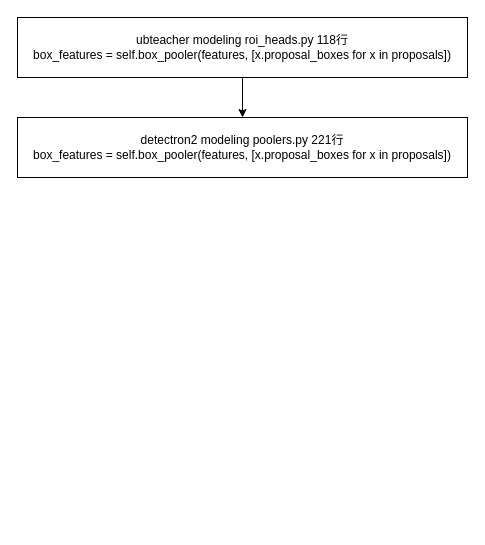
Above: ROI pooling.drawio in Pandaxia8/Test (draw.io), before the change. Source tidied: cells renumbered, new cells numbered last; positions are measured from the earlier drawing's top-left corner, leaving out a move shared by most shapes. Both pictures are drawn from the tidied source at 100%, with x=0, y=0 at pixel (17, 17).
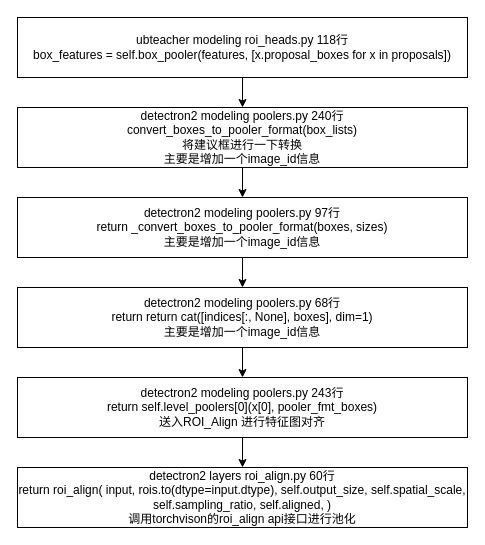
The same diagram, later.

Diff of the diagram source:
```diff
@@
 <mxGraphModel>
   <root>
     <mxCell id="0" />
     <mxCell id="1" parent="0" />
     <mxCell id="2" style="edgeStyle=orthogonalEdgeStyle;rounded=0;jettySize=auto;html=1;" parent="1" edge="1" source="3" target="4">
       <mxGeometry relative="1" as="geometry" />
     </mxCell>
     <mxCell id="3" value="ubteacher modeling roi_heads.py 118行&lt;br&gt;box_features = self.box_pooler(features, [x.proposal_boxes for x in proposals])" style="rounded=0;whiteSpace=wrap;html=1;" parent="1" vertex="1">
       <mxGeometry width="450" height="60" as="geometry" />
     </mxCell>
+    <mxCell id="5" style="edgeStyle=orthogonalEdgeStyle;rounded=0;jettySize=auto;html=1;" parent="1" edge="1" source="4" target="7">
+      <mxGeometry relative="1" as="geometry" />
+    </mxCell>
-    <mxCell id="4" value="detectron2 modeling poolers.py 221行&lt;br&gt;box_features = self.box_pooler(features, [x.proposal_boxes for x in proposals])" style="rounded=0;whiteSpace=wrap;html=1;" parent="1" vertex="1">
-      <mxGeometry y="100" width="450" height="60" as="geometry" />
+    <mxCell id="4" value="detectron2 modeling poolers.py 240行&lt;br&gt;convert_boxes_to_pooler_format(box_lists)&lt;br&gt;将建议框进行一下转换&lt;br&gt;主要是增加一个image_id信息" style="rounded=0;whiteSpace=wrap;html=1;" parent="1" vertex="1">
+      <mxGeometry y="90" width="450" height="60" as="geometry" />
     </mxCell>
+    <mxCell id="6" style="edgeStyle=orthogonalEdgeStyle;rounded=0;jettySize=auto;html=1;" parent="1" edge="1" source="7" target="9">
+      <mxGeometry relative="1" as="geometry" />
+    </mxCell>
+    <mxCell id="7" value="detectron2 modeling poolers.py 97行&lt;br&gt;return _convert_boxes_to_pooler_format(boxes, sizes)&lt;br&gt;主要是增加一个image_id信息" style="rounded=0;whiteSpace=wrap;html=1;" parent="1" vertex="1">
+      <mxGeometry y="180" width="450" height="60" as="geometry" />
+    </mxCell>
+    <mxCell id="8" style="edgeStyle=orthogonalEdgeStyle;rounded=0;jettySize=auto;html=1;" parent="1" edge="1" source="9" target="11">
+      <mxGeometry relative="1" as="geometry" />
+    </mxCell>
+    <mxCell id="9" value="detectron2 modeling poolers.py 68行&lt;br&gt;return return cat([indices[:, None], boxes], dim=1)&lt;br&gt;主要是增加一个image_id信息" style="rounded=0;whiteSpace=wrap;html=1;" parent="1" vertex="1">
+      <mxGeometry y="270" width="450" height="60" as="geometry" />
+    </mxCell>
+    <mxCell id="10" style="edgeStyle=orthogonalEdgeStyle;rounded=0;jettySize=auto;html=1;" parent="1" edge="1" source="11" target="12">
+      <mxGeometry relative="1" as="geometry" />
+    </mxCell>
+    <mxCell id="11" value="detectron2 modeling poolers.py 243行&lt;br&gt;return self.level_poolers[0](x[0], pooler_fmt_boxes)&lt;br&gt;送入ROI_Align 进行特征图对齐" style="rounded=0;whiteSpace=wrap;html=1;" parent="1" vertex="1">
+      <mxGeometry y="360" width="450" height="60" as="geometry" />
+    </mxCell>
+    <mxCell id="12" value="detectron2 layers roi_align.py 60行&lt;br&gt;return roi_align( input, rois.to(dtype=input.dtype), self.output_size, self.spatial_scale, self.sampling_ratio, self.aligned, )&lt;br&gt;调用torchvison的roi_align api接口进行池化" style="rounded=0;whiteSpace=wrap;html=1;" parent="1" vertex="1">
+      <mxGeometry y="450" width="450" height="60" as="geometry" />
+    </mxCell>
   </root>
 </mxGraphModel>
```
